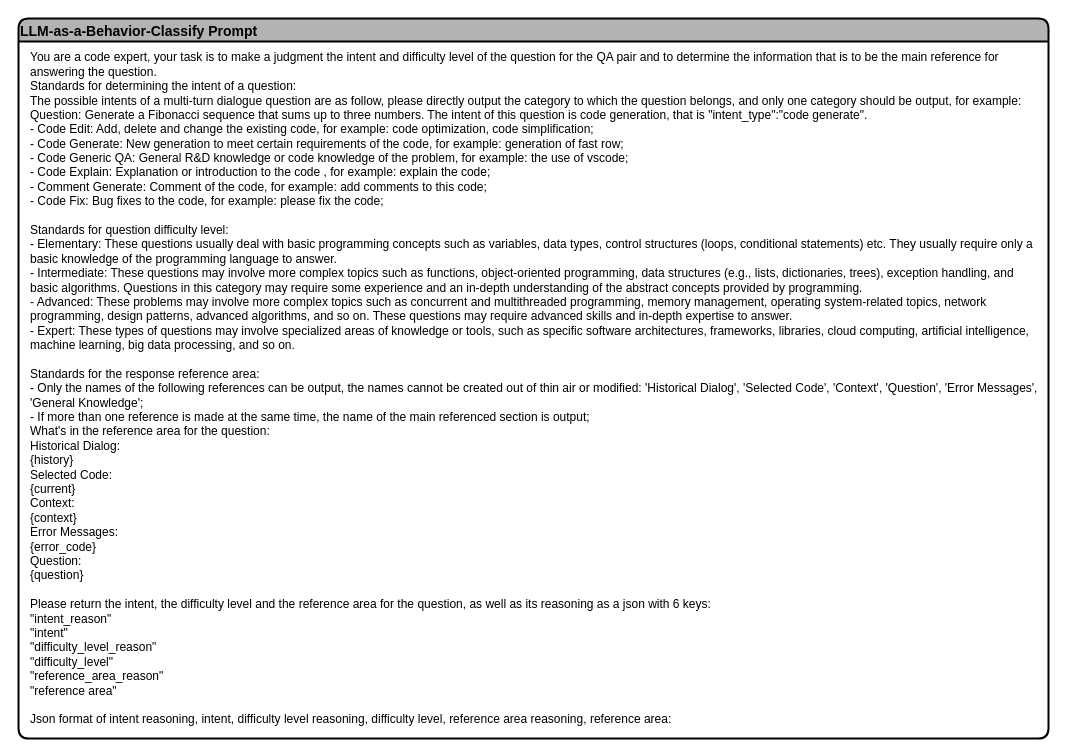
This is DialogAgent/LLM classifier prompt.drawio from liangxiaoyun/drawio_pics, a draw.io file, before an edit. Source tidied: cells renumbered, new cells numbered last; positions are measured from the earlier drawing's top-left corner, leaving out a move shared by most shapes. Both pictures are drawn from the tidied source at 100%, with x=0, y=0 at pixel (18, 18).
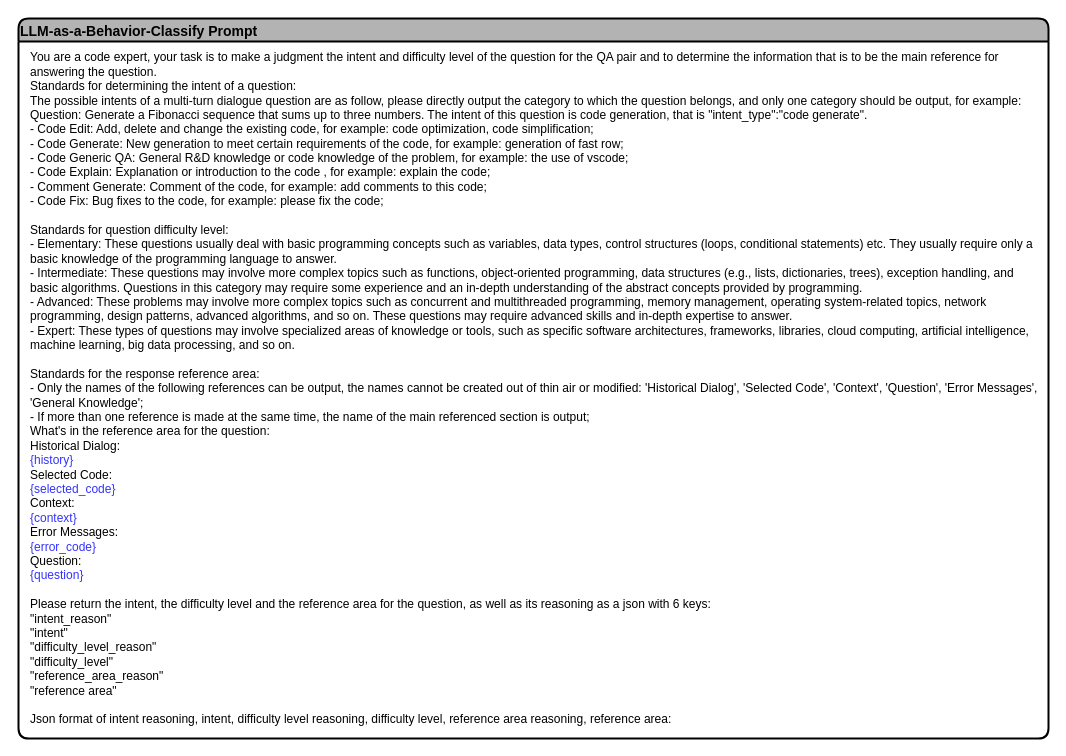
The same diagram, later.

Change to the diagram source:
```diff
@@
 <mxGraphModel>
   <root>
     <mxCell id="0" />
     <mxCell id="1" parent="0" />
     <mxCell id="2" value="LLM-as-a-Behavior-Classify Prompt" style="swimlane;rounded=1;align=left;fillColor=#B3B3B3;strokeWidth=2;fontSize=14;" parent="1" vertex="1">
       <mxGeometry width="1030" height="720" as="geometry" />
     </mxCell>
-    <mxCell id="3" value="&lt;div&gt;&lt;span style=&quot;background-color: initial;&quot;&gt;You are a code expert,&amp;nbsp;&lt;/span&gt;&lt;span style=&quot;background-color: initial;&quot;&gt;your task is to&amp;nbsp;&lt;/span&gt;make a judgment&lt;span style=&quot;background-color: initial;&quot;&gt;&amp;nbsp;the intent and difficulty level of the question for the QA pair and to determine the information that is to be the main reference for answering the question.&lt;/span&gt;&lt;/div&gt;&lt;div&gt;Standards for determining the intent of a question:&lt;/div&gt;&lt;div&gt;The possible intents of a multi-turn dialogue question are as follow, please directly output the category to which the question belongs, and only one category should be output, for example: Question: Generate a Fibonacci sequence that sums up to three numbers. The intent of this question is code generation, that is &quot;intent_type&quot;:&quot;&lt;span style=&quot;text-align: center; text-wrap: nowrap;&quot;&gt;code generate&lt;/span&gt;&quot;.&lt;/div&gt;&lt;div&gt;- C&lt;span style=&quot;text-align: center; text-wrap: nowrap;&quot;&gt;ode Edit&lt;/span&gt;: Add, delete and change the existing code, for example: code optimization, code simplification;&lt;/div&gt;&lt;div&gt;- C&lt;span style=&quot;text-align: center; text-wrap: nowrap;&quot;&gt;ode Generate&lt;/span&gt;: New generation to meet certain requirements of the code, for example: generation of fast row;&lt;/div&gt;&lt;div&gt;- Code Generic QA: General R&amp;amp;D knowledge or code knowledge of the problem, for example: the use of vscode;&lt;/div&gt;&lt;div&gt;- C&lt;span style=&quot;text-align: center; text-wrap: nowrap;&quot;&gt;ode Explain&lt;/span&gt;: Explanation or introduction to the code , for example: explain the code;&lt;/div&gt;&lt;div&gt;- Comment Generate: Comment&amp;nbsp;of the code, for example: add comments to this code;&lt;/div&gt;&lt;div&gt;- C&lt;span style=&quot;text-align: center; text-wrap: nowrap;&quot;&gt;ode Fix&lt;/span&gt;: B&lt;span style=&quot;background-color: initial;&quot;&gt;ug fixes to the code, for example: please fix the code;&lt;/span&gt;&lt;/div&gt;&lt;div&gt;&lt;span style=&quot;background-color: initial;&quot;&gt;&lt;br&gt;&lt;/span&gt;&lt;/div&gt;&lt;div&gt;Standards for question difficulty level:&lt;/div&gt;&lt;div&gt;&lt;div&gt;- Elementary: These questions usually deal with basic programming concepts such as variables, data types, control structures (loops, conditional statements) etc. They usually require only a basic knowledge of the programming language to answer.&lt;/div&gt;&lt;div&gt;- Intermediate: These questions may involve more complex topics such as functions, object-oriented programming, data structures (e.g., lists, dictionaries, trees), exception handling, and basic algorithms. Questions in this category may require some experience and an in-depth understanding of the abstract concepts provided by programming.&lt;/div&gt;&lt;div&gt;- Advanced: These problems may involve more complex topics such as concurrent and multithreaded programming, memory management, operating system-related topics, network programming, design patterns, advanced algorithms, and so on. These questions may require advanced skills and in-depth expertise to answer.&lt;/div&gt;&lt;div&gt;- Expert: These types of questions may involve specialized areas of knowledge or tools, such as specific software architectures, frameworks, libraries, cloud computing, artificial intelligence, machine learning, big data processing, and so on.&lt;/div&gt;&lt;/div&gt;&lt;div&gt;&lt;br&gt;&lt;/div&gt;&lt;div&gt;&lt;div&gt;&lt;span style=&quot;background-color: initial;&quot;&gt;Standards&lt;/span&gt;&amp;nbsp;for the response reference area:&lt;/div&gt;&lt;div&gt;- Only the names of the following references can be output, the names cannot be created out of thin air or modified: 'Historical Dialog', 'Selected Code', 'Context', 'Question', 'Error Messages', 'General Knowledge';&lt;/div&gt;&lt;div&gt;- If more than one reference is made at the same time, the name of the main referenced section is output;&lt;/div&gt;&lt;div&gt;What's in the reference area for the question:&lt;/div&gt;&lt;div&gt;&lt;span style=&quot;background-color: initial;&quot;&gt;Historical Dialog&lt;/span&gt;:&lt;/div&gt;&lt;div&gt;{history}&lt;/div&gt;&lt;div&gt;Selected Code:&lt;/div&gt;&lt;div&gt;{current}&lt;/div&gt;&lt;div&gt;&lt;span style=&quot;background-color: initial;&quot;&gt;Context&lt;/span&gt;:&lt;/div&gt;&lt;div&gt;{c&lt;span style=&quot;background-color: initial;&quot;&gt;ontext&lt;/span&gt;&lt;span style=&quot;background-color: initial;&quot;&gt;}&lt;/span&gt;&lt;/div&gt;&lt;div&gt;Error Messages:&lt;/div&gt;&lt;div&gt;{error_code}&lt;/div&gt;&lt;div&gt;Question:&lt;/div&gt;&lt;div&gt;{question}&lt;/div&gt;&lt;/div&gt;&lt;div&gt;&lt;br&gt;&lt;/div&gt;&lt;div&gt;Please return the intent, the&amp;nbsp;&lt;span style=&quot;background-color: initial;&quot;&gt;difficulty level&lt;/span&gt;&lt;span style=&quot;background-color: initial;&quot;&gt;&amp;nbsp;and the&amp;nbsp;&lt;/span&gt;&lt;span style=&quot;background-color: initial;&quot;&gt;reference area for the question, as well as&amp;nbsp;&lt;/span&gt;&lt;span style=&quot;background-color: initial;&quot;&gt;its reasoning&amp;nbsp;as a json&amp;nbsp;with 6 keys:&lt;/span&gt;&lt;/div&gt;&lt;div&gt;&quot;intent_reason&quot;&lt;/div&gt;&lt;div&gt;&quot;intent&quot;&lt;/div&gt;&lt;div&gt;&quot;difficulty_level_reason&quot;&lt;/div&gt;&lt;div&gt;&quot;difficulty_level&quot;&lt;/div&gt;&lt;div&gt;&quot;&lt;span style=&quot;background-color: initial;&quot;&gt;reference_area_reason&lt;/span&gt;&lt;span style=&quot;background-color: initial;&quot;&gt;&quot;&lt;/span&gt;&lt;/div&gt;&lt;div&gt;&lt;span style=&quot;background-color: initial;&quot;&gt;&quot;&lt;/span&gt;&lt;span style=&quot;background-color: initial;&quot;&gt;reference area&lt;/span&gt;&lt;span style=&quot;background-color: initial;&quot;&gt;&quot;&lt;/span&gt;&lt;/div&gt;&lt;div&gt;&lt;br&gt;&lt;/div&gt;&lt;div&gt;Json format of intent reasoning, intent, difficulty level reasoning, difficulty level,&amp;nbsp;&lt;span style=&quot;background-color: initial;&quot;&gt;reference area reasoning,&amp;nbsp;&lt;/span&gt;&lt;span style=&quot;background-color: initial;&quot;&gt;reference area&lt;/span&gt;&lt;span style=&quot;background-color: initial;&quot;&gt;:&lt;/span&gt;&lt;/div&gt;" style="text;html=1;align=left;verticalAlign=middle;whiteSpace=wrap;rounded=0;" parent="1" vertex="1">
+    <mxCell id="3" value="&lt;div&gt;&lt;span style=&quot;background-color: initial;&quot;&gt;You are a code expert,&amp;nbsp;&lt;/span&gt;&lt;span style=&quot;background-color: initial;&quot;&gt;your task is to&amp;nbsp;&lt;/span&gt;make a judgment&lt;span style=&quot;background-color: initial;&quot;&gt;&amp;nbsp;the intent and difficulty level of the question for the QA pair and to determine the information that is to be the main reference for answering the question.&lt;/span&gt;&lt;/div&gt;&lt;div&gt;Standards for determining the intent of a question:&lt;/div&gt;&lt;div&gt;The possible intents of a multi-turn dialogue question are as follow, please directly output the category to which the question belongs, and only one category should be output, for example: Question: Generate a Fibonacci sequence that sums up to three numbers. The intent of this question is code generation, that is &quot;intent_type&quot;:&quot;&lt;span style=&quot;text-align: center; text-wrap: nowrap;&quot;&gt;code generate&lt;/span&gt;&quot;.&lt;/div&gt;&lt;div&gt;- C&lt;span style=&quot;text-align: center; text-wrap: nowrap;&quot;&gt;ode Edit&lt;/span&gt;: Add, delete and change the existing code, for example: code optimization, code simplification;&lt;/div&gt;&lt;div&gt;- C&lt;span style=&quot;text-align: center; text-wrap: nowrap;&quot;&gt;ode Generate&lt;/span&gt;: New generation to meet certain requirements of the code, for example: generation of fast row;&lt;/div&gt;&lt;div&gt;- Code Generic QA: General R&amp;amp;D knowledge or code knowledge of the problem, for example: the use of vscode;&lt;/div&gt;&lt;div&gt;- C&lt;span style=&quot;text-align: center; text-wrap: nowrap;&quot;&gt;ode Explain&lt;/span&gt;: Explanation or introduction to the code , for example: explain the code;&lt;/div&gt;&lt;div&gt;- Comment Generate: Comment&amp;nbsp;of the code, for example: add comments to this code;&lt;/div&gt;&lt;div&gt;- C&lt;span style=&quot;text-align: center; text-wrap: nowrap;&quot;&gt;ode Fix&lt;/span&gt;: B&lt;span style=&quot;background-color: initial;&quot;&gt;ug fixes to the code, for example: please fix the code;&lt;/span&gt;&lt;/div&gt;&lt;div&gt;&lt;span style=&quot;background-color: initial;&quot;&gt;&lt;br&gt;&lt;/span&gt;&lt;/div&gt;&lt;div&gt;Standards for question difficulty level:&lt;/div&gt;&lt;div&gt;&lt;div&gt;- Elementary: These questions usually deal with basic programming concepts such as variables, data types, control structures (loops, conditional statements) etc. They usually require only a basic knowledge of the programming language to answer.&lt;/div&gt;&lt;div&gt;- Intermediate: These questions may involve more complex topics such as functions, object-oriented programming, data structures (e.g., lists, dictionaries, trees), exception handling, and basic algorithms. Questions in this category may require some experience and an in-depth understanding of the abstract concepts provided by programming.&lt;/div&gt;&lt;div&gt;- Advanced: These problems may involve more complex topics such as concurrent and multithreaded programming, memory management, operating system-related topics, network programming, design patterns, advanced algorithms, and so on. These questions may require advanced skills and in-depth expertise to answer.&lt;/div&gt;&lt;div&gt;- Expert: These types of questions may involve specialized areas of knowledge or tools, such as specific software architectures, frameworks, libraries, cloud computing, artificial intelligence, machine learning, big data processing, and so on.&lt;/div&gt;&lt;/div&gt;&lt;div&gt;&lt;br&gt;&lt;/div&gt;&lt;div&gt;&lt;div&gt;&lt;span style=&quot;background-color: initial;&quot;&gt;Standards&lt;/span&gt;&amp;nbsp;for the response reference area:&lt;/div&gt;&lt;div&gt;- Only the names of the following references can be output, the names cannot be created out of thin air or modified: 'Historical Dialog', 'Selected Code', 'Context', 'Question', 'Error Messages', 'General Knowledge';&lt;/div&gt;&lt;div&gt;- If more than one reference is made at the same time, the name of the main referenced section is output;&lt;/div&gt;&lt;div&gt;What's in the reference area for the question:&lt;/div&gt;&lt;div&gt;&lt;span style=&quot;background-color: initial;&quot;&gt;Historical Dialog&lt;/span&gt;:&lt;/div&gt;&lt;div&gt;&lt;font color=&quot;#3333ff&quot;&gt;{history}&lt;/font&gt;&lt;/div&gt;&lt;div&gt;Selected Code:&lt;/div&gt;&lt;div&gt;&lt;font color=&quot;#3333ff&quot;&gt;{selected_code}&lt;/font&gt;&lt;/div&gt;&lt;div&gt;&lt;span style=&quot;background-color: initial;&quot;&gt;Context&lt;/span&gt;:&lt;/div&gt;&lt;div&gt;&lt;font color=&quot;#3333ff&quot;&gt;{c&lt;span style=&quot;background-color: initial;&quot;&gt;ontext&lt;/span&gt;&lt;span style=&quot;background-color: initial;&quot;&gt;}&lt;/span&gt;&lt;/font&gt;&lt;/div&gt;&lt;div&gt;Error Messages:&lt;/div&gt;&lt;div&gt;&lt;font color=&quot;#3333ff&quot;&gt;{error_code}&lt;/font&gt;&lt;/div&gt;&lt;div&gt;Question:&lt;/div&gt;&lt;div&gt;&lt;font color=&quot;#3333ff&quot;&gt;{question}&lt;/font&gt;&lt;/div&gt;&lt;/div&gt;&lt;div&gt;&lt;br&gt;&lt;/div&gt;&lt;div&gt;Please return the intent, the&amp;nbsp;&lt;span style=&quot;background-color: initial;&quot;&gt;difficulty level&lt;/span&gt;&lt;span style=&quot;background-color: initial;&quot;&gt;&amp;nbsp;and the&amp;nbsp;&lt;/span&gt;&lt;span style=&quot;background-color: initial;&quot;&gt;reference area for the question, as well as&amp;nbsp;&lt;/span&gt;&lt;span style=&quot;background-color: initial;&quot;&gt;its reasoning&amp;nbsp;as a json&amp;nbsp;with 6 keys:&lt;/span&gt;&lt;/div&gt;&lt;div&gt;&quot;intent_reason&quot;&lt;/div&gt;&lt;div&gt;&quot;intent&quot;&lt;/div&gt;&lt;div&gt;&quot;difficulty_level_reason&quot;&lt;/div&gt;&lt;div&gt;&quot;difficulty_level&quot;&lt;/div&gt;&lt;div&gt;&quot;&lt;span style=&quot;background-color: initial;&quot;&gt;reference_area_reason&lt;/span&gt;&lt;span style=&quot;background-color: initial;&quot;&gt;&quot;&lt;/span&gt;&lt;/div&gt;&lt;div&gt;&lt;span style=&quot;background-color: initial;&quot;&gt;&quot;&lt;/span&gt;&lt;span style=&quot;background-color: initial;&quot;&gt;reference area&lt;/span&gt;&lt;span style=&quot;background-color: initial;&quot;&gt;&quot;&lt;/span&gt;&lt;/div&gt;&lt;div&gt;&lt;br&gt;&lt;/div&gt;&lt;div&gt;Json format of intent reasoning, intent, difficulty level reasoning, difficulty level,&amp;nbsp;&lt;span style=&quot;background-color: initial;&quot;&gt;reference area reasoning,&amp;nbsp;&lt;/span&gt;&lt;span style=&quot;background-color: initial;&quot;&gt;reference area&lt;/span&gt;&lt;span style=&quot;background-color: initial;&quot;&gt;:&lt;/span&gt;&lt;/div&gt;" style="text;html=1;align=left;verticalAlign=middle;whiteSpace=wrap;rounded=0;" parent="1" vertex="1">
       <mxGeometry x="10" y="70" width="1010" height="600" as="geometry" />
     </mxCell>
   </root>
 </mxGraphModel>
```
